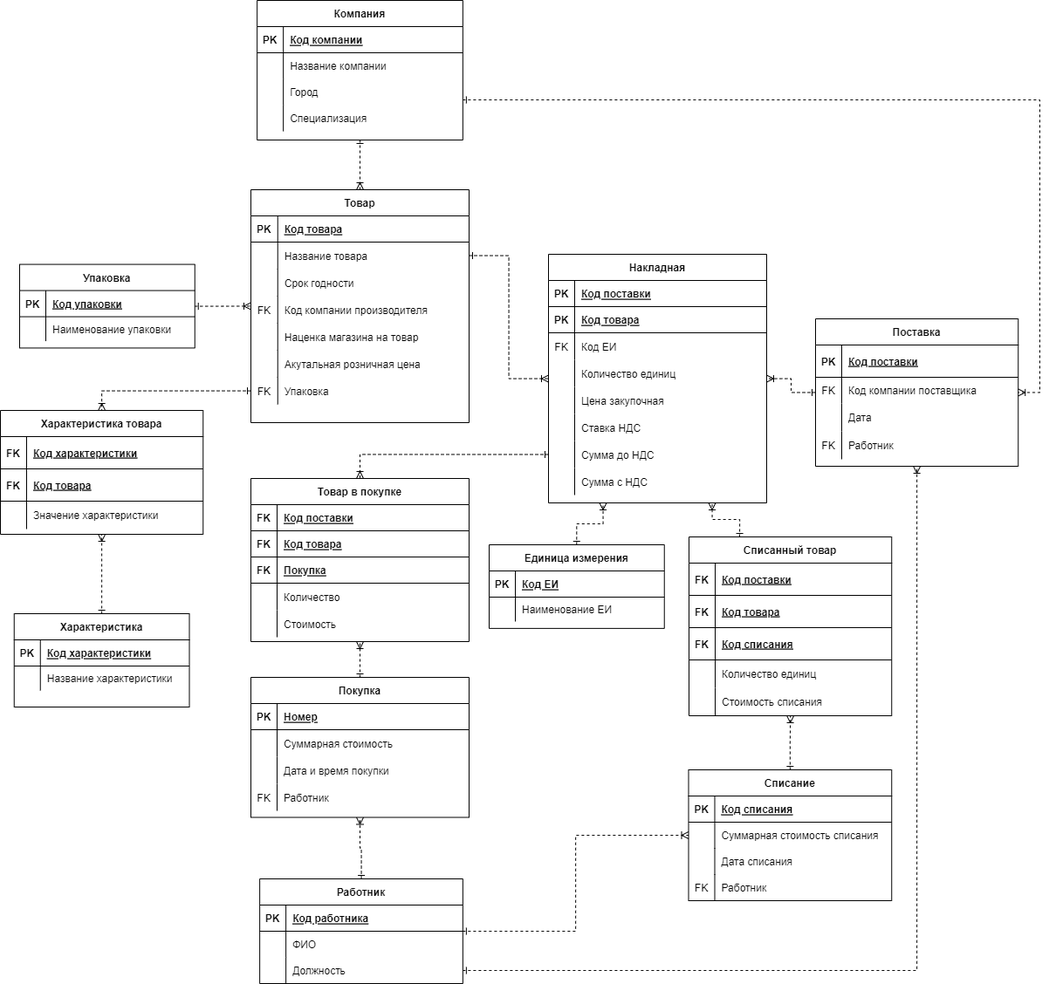
kuskas112/Labs keeps this draw.io diagram as БД/КР_БД/БДКУРС.drawio.png. Above is the earlier version. Source tidied: cells renumbered, new cells last; positions are measured from the earlier drawing's top-left corner, leaving out a move shared by most shapes.
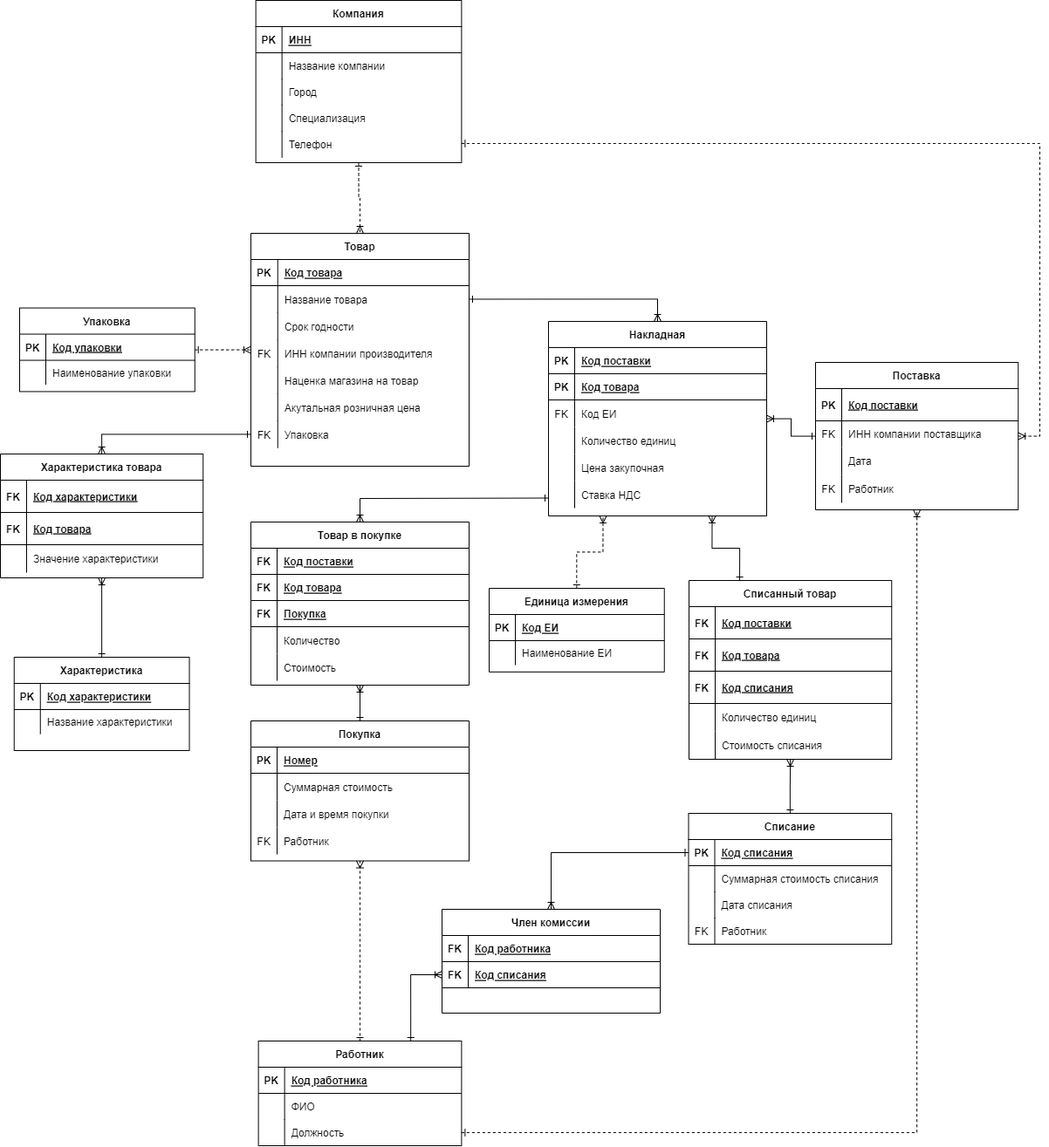
Above is the later version.

Change to the diagram source:
```diff
@@ -13,7 +13,7 @@
       <mxGeometry relative="1" as="geometry" />
     </mxCell>
     <mxCell id="4" value="Компания" style="shape=table;startSize=30;rowLines=0;fontStyle=1;align=center;" parent="1" vertex="1">
-      <mxGeometry x="294.1" width="235.8" height="160" as="geometry" />
+      <mxGeometry x="292.6" y="-50" width="235.8" height="186" as="geometry" />
     </mxCell>
     <mxCell id="5" style="shape=partialRectangle;fillColor=none;top=0;left=0;right=0;bottom=1;" parent="4" vertex="1">
       <mxGeometry y="30" width="235.8" height="30" as="geometry" />
@@ -21,7 +21,7 @@
     <mxCell id="6" value="PK" style="shape=partialRectangle;overflow=hidden;fillColor=none;top=0;left=0;bottom=0;right=0;fontStyle=1;" parent="5" vertex="1">
       <mxGeometry width="30" height="30" as="geometry" />
     </mxCell>
-    <mxCell id="7" value="Код компании" style="shape=partialRectangle;overflow=hidden;fillColor=none;top=0;left=0;bottom=0;right=0;align=left;spacingLeft=6;fontStyle=5;" parent="5" vertex="1">
+    <mxCell id="7" value="ИНН" style="shape=partialRectangle;overflow=hidden;fillColor=none;top=0;left=0;bottom=0;right=0;align=left;spacingLeft=6;fontStyle=5;" parent="5" vertex="1">
       <mxGeometry x="30" width="205.8" height="30" as="geometry" />
     </mxCell>
     <mxCell id="8" style="shape=partialRectangle;fillColor=none;top=0;left=0;right=0;bottom=0;" parent="4" vertex="1">
@@ -51,8 +51,19 @@
     <mxCell id="16" value="Специализация" style="shape=partialRectangle;overflow=hidden;fillColor=none;top=0;left=0;bottom=0;right=0;align=left;spacingLeft=6;" parent="14" vertex="1">
       <mxGeometry x="30" width="205.8" height="30" as="geometry" />
     </mxCell>
+    <mxCell id="189" style="shape=partialRectangle;fillColor=none;top=0;left=0;right=0;bottom=0;" parent="4" vertex="1">
+      <mxGeometry y="150" width="235.8" height="30" as="geometry" />
+    </mxCell>
+    <mxCell id="190" style="shape=partialRectangle;overflow=hidden;fillColor=none;top=0;left=0;bottom=0;right=0;" parent="189" vertex="1">
+      <mxGeometry width="30" height="30" as="geometry" />
+    </mxCell>
+    <mxCell id="191" value="Телефон" style="shape=partialRectangle;overflow=hidden;fillColor=none;top=0;left=0;bottom=0;right=0;align=left;spacingLeft=6;" parent="189" vertex="1">
+      <mxGeometry x="30" width="205.8" height="30" as="geometry" />
+    </mxCell>
-    <mxCell id="17" style="edgeStyle=orthogonalEdgeStyle;rounded=0;jettySize=auto;html=1;dashed=1;strokeColor=default;align=center;verticalAlign=middle;fontFamily=Helvetica;fontSize=11;fontColor=default;labelBackgroundColor=default;startArrow=ERone;startFill=0;endArrow=ERoneToMany;endFill=0;exitX=0;exitY=0.5;exitDx=0;exitDy=0;" parent="1" edge="1" source="116" target="173">
-      <mxGeometry relative="1" as="geometry" />
+    <mxCell id="17" style="edgeStyle=orthogonalEdgeStyle;rounded=0;jettySize=auto;html=1;strokeColor=default;align=center;verticalAlign=middle;fontFamily=Helvetica;fontSize=11;fontColor=default;labelBackgroundColor=default;startArrow=ERone;startFill=0;endArrow=ERoneToMany;endFill=0;exitX=0;exitY=0.5;exitDx=0;exitDy=0;" parent="1" edge="1" target="173">
+      <mxGeometry relative="1" as="geometry">
+        <mxPoint x="628" y="520.5" as="sourcePoint" />
+      </mxGeometry>
     </mxCell>
     <mxCell id="18" value="Товар" style="shape=table;startSize=30;rowLines=0;fontStyle=1;align=center;" parent="1" vertex="1">
       <mxGeometry x="287" y="217" width="250" height="267" as="geometry" />
@@ -90,7 +101,7 @@
     <mxCell id="29" value="FK" style="shape=partialRectangle;overflow=hidden;fillColor=none;top=0;left=0;bottom=0;right=0;" parent="28" vertex="1">
       <mxGeometry width="30.8" height="31" as="geometry" />
     </mxCell>
-    <mxCell id="30" value="Код компании производителя" style="shape=partialRectangle;overflow=hidden;fillColor=none;top=0;left=0;bottom=0;right=0;align=left;spacingLeft=6;" parent="28" vertex="1">
+    <mxCell id="30" value="ИНН компании производителя" style="shape=partialRectangle;overflow=hidden;fillColor=none;top=0;left=0;bottom=0;right=0;align=left;spacingLeft=6;" parent="28" vertex="1">
       <mxGeometry x="30.8" width="219.2" height="31" as="geometry" />
     </mxCell>
     <mxCell id="31" style="shape=partialRectangle;fillColor=none;top=0;left=0;right=0;bottom=0;" parent="18" vertex="1">
@@ -138,7 +149,7 @@
     <mxCell id="45" value="FK" style="shape=partialRectangle;overflow=hidden;fillColor=none;top=0;left=0;bottom=0;right=0;" parent="44" vertex="1">
       <mxGeometry width="30" height="30" as="geometry" />
     </mxCell>
-    <mxCell id="46" value="Код компании поставщика" style="shape=partialRectangle;overflow=hidden;fillColor=none;top=0;left=0;bottom=0;right=0;align=left;spacingLeft=6;" parent="44" vertex="1">
+    <mxCell id="46" value="ИНН компании поставщика" style="shape=partialRectangle;overflow=hidden;fillColor=none;top=0;left=0;bottom=0;right=0;align=left;spacingLeft=6;" parent="44" vertex="1">
       <mxGeometry x="30" width="202.2" height="30" as="geometry" />
     </mxCell>
     <mxCell id="47" style="shape=partialRectangle;fillColor=none;top=0;left=0;right=0;bottom=0;" parent="40" vertex="1">
@@ -183,7 +194,7 @@
     <mxCell id="60" style="edgeStyle=orthogonalEdgeStyle;rounded=0;jettySize=auto;html=1;endArrow=ERoneToMany;endFill=0;startArrow=ERone;startFill=0;dashed=1;entryX=0.25;entryY=1;entryDx=0;entryDy=0;" parent="1" edge="1" source="53" target="97">
       <mxGeometry relative="1" as="geometry" />
     </mxCell>
-    <mxCell id="61" style="edgeStyle=orthogonalEdgeStyle;rounded=0;jettySize=auto;html=1;dashed=1;strokeColor=default;align=center;verticalAlign=middle;fontFamily=Helvetica;fontSize=11;fontColor=default;labelBackgroundColor=default;startArrow=ERone;startFill=0;endArrow=ERoneToMany;endFill=0;" parent="1" edge="1" source="62" target="173">
+    <mxCell id="61" style="edgeStyle=orthogonalEdgeStyle;rounded=0;jettySize=auto;html=1;strokeColor=default;align=center;verticalAlign=middle;fontFamily=Helvetica;fontSize=11;fontColor=default;labelBackgroundColor=default;startArrow=ERone;startFill=0;endArrow=ERoneToMany;endFill=0;" parent="1" edge="1" source="62" target="173">
       <mxGeometry relative="1" as="geometry" />
     </mxCell>
     <mxCell id="62" value="Покупка" style="shape=table;startSize=30;rowLines=0;fontStyle=1;align=center;" parent="1" vertex="1">
@@ -225,7 +236,7 @@
     <mxCell id="74" value="Работник" style="shape=partialRectangle;overflow=hidden;fillColor=none;top=0;left=0;bottom=0;right=0;align=left;spacingLeft=6;" parent="72" vertex="1">
       <mxGeometry x="30" width="220" height="31" as="geometry" />
     </mxCell>
-    <mxCell id="75" style="edgeStyle=orthogonalEdgeStyle;rounded=0;jettySize=auto;html=1;dashed=1;strokeColor=default;align=center;verticalAlign=middle;fontFamily=Helvetica;fontSize=11;fontColor=default;labelBackgroundColor=default;startArrow=ERone;startFill=0;endArrow=ERoneToMany;endFill=0;" parent="1" edge="1" source="76" target="125">
+    <mxCell id="75" style="edgeStyle=orthogonalEdgeStyle;rounded=0;jettySize=auto;html=1;strokeColor=default;align=center;verticalAlign=middle;fontFamily=Helvetica;fontSize=11;fontColor=default;labelBackgroundColor=default;startArrow=ERone;startFill=0;endArrow=ERoneToMany;endFill=0;" parent="1" edge="1" source="76" target="125">
       <mxGeometry relative="1" as="geometry" />
     </mxCell>
     <mxCell id="76" value="Списание" style="shape=table;startSize=30;rowLines=0;fontStyle=1;align=center;" parent="1" vertex="1">
@@ -292,7 +303,7 @@
       <mxGeometry x="30" width="170.8" height="28" as="geometry" />
     </mxCell>
     <mxCell id="97" value="Накладная" style="shape=table;startSize=30;rowLines=0;fontStyle=1;align=center;" parent="1" vertex="1">
-      <mxGeometry x="628" y="291" width="250" height="285" as="geometry" />
+      <mxGeometry x="628" y="318" width="250" height="223" as="geometry" />
     </mxCell>
     <mxCell id="98" style="shape=partialRectangle;fillColor=none;top=0;left=0;right=0;bottom=1;" parent="97" vertex="1">
       <mxGeometry y="30" width="250" height="30" as="geometry" />
@@ -348,31 +359,13 @@
     <mxCell id="115" value="Ставка НДС" style="shape=partialRectangle;overflow=hidden;fillColor=none;top=0;left=0;bottom=0;right=0;align=left;spacingLeft=6;" parent="113" vertex="1">
       <mxGeometry x="30" width="220" height="31" as="geometry" />
     </mxCell>
-    <mxCell id="116" style="shape=partialRectangle;fillColor=none;points=[[0,0.5],[1,0.5]];portConstraint=eastwest;top=0;left=0;right=0;bottom=0;" parent="97" vertex="1">
-      <mxGeometry y="214" width="250" height="31" as="geometry" />
-    </mxCell>
-    <mxCell id="117" style="shape=partialRectangle;overflow=hidden;fillColor=none;top=0;left=0;bottom=0;right=0;" parent="116" vertex="1">
-      <mxGeometry width="30" height="31" as="geometry" />
-    </mxCell>
-    <mxCell id="118" value="Сумма до НДС" style="shape=partialRectangle;overflow=hidden;fillColor=none;top=0;left=0;bottom=0;right=0;align=left;spacingLeft=6;" parent="116" vertex="1">
-      <mxGeometry x="30" width="220" height="31" as="geometry" />
-    </mxCell>
-    <mxCell id="119" style="shape=partialRectangle;fillColor=none;top=0;left=0;right=0;bottom=0;" parent="97" vertex="1">
-      <mxGeometry y="245" width="250" height="31" as="geometry" />
-    </mxCell>
-    <mxCell id="120" style="shape=partialRectangle;overflow=hidden;fillColor=none;top=0;left=0;bottom=0;right=0;" parent="119" vertex="1">
-      <mxGeometry width="30" height="31" as="geometry" />
-    </mxCell>
-    <mxCell id="121" value="Сумма с НДС" style="shape=partialRectangle;overflow=hidden;fillColor=none;top=0;left=0;bottom=0;right=0;align=left;spacingLeft=6;" parent="119" vertex="1">
-      <mxGeometry x="30" width="220" height="31" as="geometry" />
-    </mxCell>
-    <mxCell id="122" style="edgeStyle=orthogonalEdgeStyle;rounded=0;jettySize=auto;html=1;exitX=1;exitY=0.5;exitDx=0;exitDy=0;startArrow=ERone;startFill=0;endArrow=ERoneToMany;endFill=0;dashed=1;" parent="1" edge="1" source="22" target="97">
+    <mxCell id="122" style="edgeStyle=orthogonalEdgeStyle;rounded=0;jettySize=auto;html=1;exitX=1;exitY=0.5;exitDx=0;exitDy=0;startArrow=ERone;startFill=0;endArrow=ERoneToMany;endFill=0;" parent="1" edge="1" source="22" target="97">
       <mxGeometry relative="1" as="geometry" />
     </mxCell>
-    <mxCell id="123" style="edgeStyle=orthogonalEdgeStyle;rounded=0;jettySize=auto;html=1;dashed=1;strokeColor=default;align=center;verticalAlign=middle;fontFamily=Helvetica;fontSize=11;fontColor=default;labelBackgroundColor=default;startArrow=ERone;startFill=0;endArrow=ERoneToMany;endFill=0;" parent="1" edge="1" source="40" target="97">
+    <mxCell id="123" style="edgeStyle=orthogonalEdgeStyle;rounded=0;jettySize=auto;html=1;strokeColor=default;align=center;verticalAlign=middle;fontFamily=Helvetica;fontSize=11;fontColor=default;labelBackgroundColor=default;startArrow=ERone;startFill=0;endArrow=ERoneToMany;endFill=0;" parent="1" edge="1" source="40" target="97">
       <mxGeometry relative="1" as="geometry" />
     </mxCell>
-    <mxCell id="124" style="edgeStyle=orthogonalEdgeStyle;rounded=0;jettySize=auto;html=1;entryX=0.75;entryY=1;entryDx=0;entryDy=0;dashed=1;strokeColor=default;align=center;verticalAlign=middle;fontFamily=Helvetica;fontSize=11;fontColor=default;labelBackgroundColor=default;startArrow=ERone;startFill=0;endArrow=ERoneToMany;endFill=0;exitX=0.25;exitY=0;exitDx=0;exitDy=0;" parent="1" edge="1" source="125" target="97">
+    <mxCell id="124" style="edgeStyle=orthogonalEdgeStyle;rounded=0;jettySize=auto;html=1;entryX=0.75;entryY=1;entryDx=0;entryDy=0;strokeColor=default;align=center;verticalAlign=middle;fontFamily=Helvetica;fontSize=11;fontColor=default;labelBackgroundColor=default;startArrow=ERone;startFill=0;endArrow=ERoneToMany;endFill=0;exitX=0.25;exitY=0;exitDx=0;exitDy=0;" parent="1" edge="1" source="125" target="97">
       <mxGeometry relative="1" as="geometry" />
     </mxCell>
     <mxCell id="125" value="Списанный товар" style="shape=table;startSize=30;rowLines=0;fontStyle=1;align=center;" parent="1" vertex="1">
@@ -474,20 +467,20 @@
     <mxCell id="157" value="Значение характеристики" style="shape=partialRectangle;overflow=hidden;fillColor=none;top=0;left=0;bottom=0;right=0;align=left;spacingLeft=6;" parent="155" vertex="1">
       <mxGeometry x="30" width="202.2" height="32" as="geometry" />
     </mxCell>
-    <mxCell id="158" style="edgeStyle=orthogonalEdgeStyle;rounded=0;jettySize=auto;html=1;dashed=1;strokeColor=default;align=center;verticalAlign=middle;fontFamily=Helvetica;fontSize=11;fontColor=default;labelBackgroundColor=default;startArrow=ERone;startFill=0;endArrow=ERoneToMany;endFill=0;" parent="1" edge="1" source="141" target="148">
+    <mxCell id="158" style="edgeStyle=orthogonalEdgeStyle;rounded=0;jettySize=auto;html=1;strokeColor=default;align=center;verticalAlign=middle;fontFamily=Helvetica;fontSize=11;fontColor=default;labelBackgroundColor=default;startArrow=ERone;startFill=0;endArrow=ERoneToMany;endFill=0;" parent="1" edge="1" source="141" target="148">
       <mxGeometry relative="1" as="geometry" />
     </mxCell>
-    <mxCell id="159" style="edgeStyle=orthogonalEdgeStyle;rounded=0;jettySize=auto;html=1;dashed=1;strokeColor=default;align=center;verticalAlign=middle;fontFamily=Helvetica;fontSize=11;fontColor=default;labelBackgroundColor=default;startArrow=ERone;startFill=0;endArrow=ERoneToMany;endFill=0;" parent="1" edge="1" source="37" target="148">
+    <mxCell id="159" style="edgeStyle=orthogonalEdgeStyle;rounded=0;jettySize=auto;html=1;strokeColor=default;align=center;verticalAlign=middle;fontFamily=Helvetica;fontSize=11;fontColor=default;labelBackgroundColor=default;startArrow=ERone;startFill=0;endArrow=ERoneToMany;endFill=0;" parent="1" edge="1" source="37" target="148">
       <mxGeometry relative="1" as="geometry" />
     </mxCell>
     <mxCell id="160" style="edgeStyle=orthogonalEdgeStyle;rounded=0;jettySize=auto;html=1;dashed=1;strokeColor=default;align=center;verticalAlign=middle;fontFamily=Helvetica;fontSize=11;fontColor=default;labelBackgroundColor=default;startArrow=ERone;startFill=0;endArrow=ERoneToMany;endFill=0;" parent="1" edge="1" source="162" target="62">
       <mxGeometry relative="1" as="geometry" />
     </mxCell>
-    <mxCell id="161" style="edgeStyle=orthogonalEdgeStyle;rounded=0;jettySize=auto;html=1;dashed=1;strokeColor=default;align=center;verticalAlign=middle;fontFamily=Helvetica;fontSize=11;fontColor=default;labelBackgroundColor=default;startArrow=ERone;startFill=0;endArrow=ERoneToMany;endFill=0;" parent="1" edge="1" source="162" target="76">
-      <mxGeometry relative="1" as="geometry" />
-    </mxCell>
+    <mxCell id="192" style="edgeStyle=orthogonalEdgeStyle;rounded=0;jettySize=auto;html=1;exitX=0.75;exitY=0;exitDx=0;exitDy=0;entryX=0;entryY=0.5;entryDx=0;entryDy=0;strokeColor=default;align=center;verticalAlign=middle;fontFamily=Helvetica;fontSize=11;fontColor=default;labelBackgroundColor=default;startArrow=ERone;startFill=0;endArrow=ERoneToMany;endFill=0;" parent="1" edge="1" source="162" target="197">
+      <mxGeometry relative="1" as="geometry" />
+    </mxCell>
     <mxCell id="162" value="Работник" style="shape=table;startSize=30;rowLines=0;fontStyle=1;align=center;" parent="1" vertex="1">
-      <mxGeometry x="297.1" y="1007" width="232.8" height="120" as="geometry" />
+      <mxGeometry x="295.6" y="1143" width="232.8" height="120" as="geometry" />
     </mxCell>
     <mxCell id="163" style="shape=partialRectangle;fillColor=none;top=0;left=0;right=0;bottom=1;" parent="162" vertex="1">
       <mxGeometry y="30" width="232.8" height="30" as="geometry" />
@@ -567,5 +560,29 @@
     <mxCell id="188" value="Стоимость" style="shape=partialRectangle;overflow=hidden;fillColor=none;top=0;left=0;bottom=0;right=0;align=left;spacingLeft=6;" parent="186" vertex="1">
       <mxGeometry x="30" width="220" height="31" as="geometry" />
     </mxCell>
+    <mxCell id="193" value="Член комиссии" style="shape=table;startSize=30;rowLines=0;fontStyle=1;align=center;" parent="1" vertex="1">
+      <mxGeometry x="506" y="992" width="250" height="119" as="geometry" />
+    </mxCell>
+    <mxCell id="194" style="shape=partialRectangle;fillColor=none;top=0;left=0;right=0;bottom=1;" parent="193" vertex="1">
+      <mxGeometry y="30" width="250" height="30" as="geometry" />
+    </mxCell>
+    <mxCell id="195" value="FK" style="shape=partialRectangle;overflow=hidden;fillColor=none;top=0;left=0;bottom=0;right=0;fontStyle=1;" parent="194" vertex="1">
+      <mxGeometry width="30" height="30" as="geometry" />
+    </mxCell>
+    <mxCell id="196" value="Код работника" style="shape=partialRectangle;overflow=hidden;fillColor=none;top=0;left=0;bottom=0;right=0;align=left;spacingLeft=6;fontStyle=5;" parent="194" vertex="1">
+      <mxGeometry x="30" width="220" height="30" as="geometry" />
+    </mxCell>
+    <mxCell id="197" style="shape=partialRectangle;fillColor=none;points=[[0,0.5],[1,0.5]];portConstraint=eastwest;top=0;left=0;right=0;bottom=1;" parent="193" vertex="1">
+      <mxGeometry y="60" width="250" height="30" as="geometry" />
+    </mxCell>
+    <mxCell id="198" value="FK" style="shape=partialRectangle;overflow=hidden;fillColor=none;top=0;left=0;bottom=0;right=0;fontStyle=1;" parent="197" vertex="1">
+      <mxGeometry width="30" height="30" as="geometry" />
+    </mxCell>
+    <mxCell id="199" value="Код списания" style="shape=partialRectangle;overflow=hidden;fillColor=none;top=0;left=0;bottom=0;right=0;align=left;spacingLeft=6;fontStyle=5;" parent="197" vertex="1">
+      <mxGeometry x="30" width="220" height="30" as="geometry" />
+    </mxCell>
+    <mxCell id="200" style="edgeStyle=orthogonalEdgeStyle;rounded=0;jettySize=auto;html=1;exitX=0;exitY=0.5;exitDx=0;exitDy=0;strokeColor=default;align=center;verticalAlign=middle;fontFamily=Helvetica;fontSize=11;fontColor=default;labelBackgroundColor=default;startArrow=ERone;startFill=0;endArrow=ERoneToMany;endFill=0;" parent="1" edge="1" source="77" target="193">
+      <mxGeometry relative="1" as="geometry" />
+    </mxCell>
   </root>
 </mxGraphModel>
```
